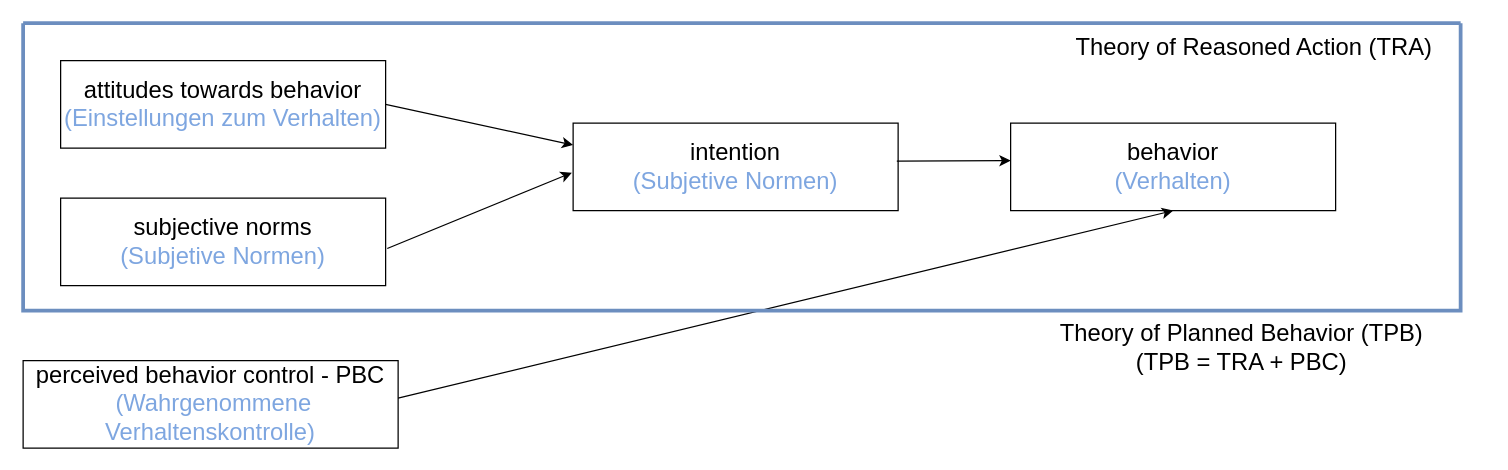
Before: TRA/TPB.drawio in Brouny09/Web_Programming, a draw.io diagram. Source tidied: cells renumbered, new cells numbered last; positions are measured from the earlier drawing's top-left corner, leaving out a move shared by most shapes. Both pictures are drawn from the tidied source at 125%, with x=0, y=0 at pixel (22, 22).
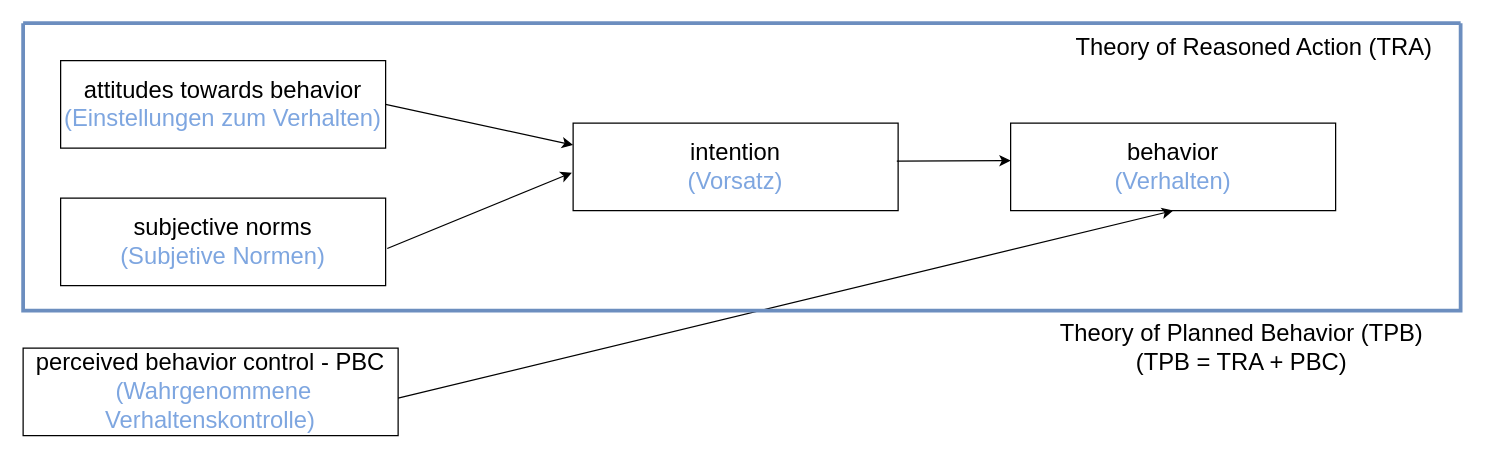
After the change.

Commit message (it also covers changes not shown here):
TRA/TPB.drawio aktualisiert

Diff of the diagram source:
```diff
@@
 <mxGraphModel>
   <root>
     <mxCell id="0" />
     <mxCell id="1" parent="0" />
     <mxCell id="2" value="&lt;div&gt;&lt;font style=&quot;font-size: 19px;&quot;&gt;attitudes towards behavior&lt;/font&gt;&lt;/div&gt;&lt;div&gt;&lt;span style=&quot;color: rgb(126, 166, 224);&quot;&gt;&lt;font style=&quot;font-size: 19px;&quot;&gt;(Einstellungen zum Verhalten)&lt;/font&gt;&lt;/span&gt;&lt;br&gt;&lt;/div&gt;" style="rounded=0;whiteSpace=wrap;html=1;" parent="1" vertex="1">
       <mxGeometry x="30" y="30" width="260" height="70" as="geometry" />
     </mxCell>
     <mxCell id="3" value="&lt;div&gt;&lt;font style=&quot;font-size: 19px;&quot;&gt;subjective norms&lt;/font&gt;&lt;/div&gt;&lt;div&gt;&lt;font style=&quot;font-size: 19px;&quot;&gt;&lt;span style=&quot;color: rgb(126, 166, 224);&quot;&gt;(Subjetive Normen&lt;/span&gt;&lt;span style=&quot;color: rgb(126, 166, 224);&quot;&gt;)&lt;/span&gt;&lt;/font&gt;&lt;/div&gt;" style="rounded=0;whiteSpace=wrap;html=1;" parent="1" vertex="1">
       <mxGeometry x="30" y="140" width="260" height="70" as="geometry" />
     </mxCell>
     <mxCell id="4" value="&lt;div&gt;&lt;span style=&quot;color: rgb(0, 0, 0);&quot;&gt;&lt;font style=&quot;font-size: 19px;&quot;&gt;perceived behavior control - PBC&lt;/font&gt;&lt;/span&gt;&lt;/div&gt;&lt;div&gt;&lt;font style=&quot;font-size: 19px;&quot;&gt;&lt;span style=&quot;color: rgb(126, 166, 224);&quot;&gt;&amp;nbsp;&lt;/span&gt;&lt;span style=&quot;color: rgb(126, 166, 224);&quot;&gt;(Wahrgenommene Verhaltenskontrolle&lt;/span&gt;&lt;span style=&quot;color: rgb(126, 166, 224);&quot;&gt;)&lt;/span&gt;&lt;/font&gt;&lt;br&gt;&lt;/div&gt;" style="rounded=0;whiteSpace=wrap;html=1;" parent="1" vertex="1">
-      <mxGeometry y="270" width="300" height="70" as="geometry" />
+      <mxGeometry y="260" width="300" height="70" as="geometry" />
     </mxCell>
-    <mxCell id="5" value="&lt;div&gt;&lt;font style=&quot;font-size: 19px;&quot;&gt;intention&lt;/font&gt;&lt;/div&gt;&lt;div&gt;&lt;font style=&quot;font-size: 19px;&quot;&gt;&lt;span style=&quot;color: rgb(126, 166, 224);&quot;&gt;(Subjetive Normen&lt;/span&gt;&lt;span style=&quot;color: rgb(126, 166, 224);&quot;&gt;)&lt;/span&gt;&lt;/font&gt;&lt;br&gt;&lt;/div&gt;" style="rounded=0;whiteSpace=wrap;html=1;" parent="1" vertex="1">
+    <mxCell id="5" value="&lt;div&gt;&lt;font style=&quot;font-size: 19px;&quot;&gt;intention&lt;/font&gt;&lt;/div&gt;&lt;div&gt;&lt;font style=&quot;font-size: 19px;&quot;&gt;&lt;span style=&quot;color: rgb(126, 166, 224);&quot;&gt;(Vorsatz&lt;/span&gt;&lt;span style=&quot;color: rgb(126, 166, 224);&quot;&gt;)&lt;/span&gt;&lt;/font&gt;&lt;br&gt;&lt;/div&gt;" style="rounded=0;whiteSpace=wrap;html=1;" parent="1" vertex="1">
       <mxGeometry x="440" y="80" width="260" height="70" as="geometry" />
     </mxCell>
     <mxCell id="6" value="&lt;div&gt;&lt;span style=&quot;color: rgb(0, 0, 0);&quot;&gt;&lt;font style=&quot;font-size: 19px;&quot;&gt;behavior&lt;/font&gt;&lt;/span&gt;&lt;/div&gt;&lt;div&gt;&lt;font style=&quot;font-size: 19px;&quot;&gt;&lt;span style=&quot;color: rgb(126, 166, 224);&quot;&gt;(Verhalten&lt;/span&gt;&lt;span style=&quot;color: rgb(126, 166, 224);&quot;&gt;)&lt;/span&gt;&lt;/font&gt;&lt;br&gt;&lt;/div&gt;" style="rounded=0;whiteSpace=wrap;html=1;" parent="1" vertex="1">
       <mxGeometry x="790" y="80" width="260" height="70" as="geometry" />
     </mxCell>
     <mxCell id="7" style="endArrow=classic;html=1;rounded=0;exitX=1;exitY=0.5;exitDx=0;exitDy=0;entryX=0;entryY=0.25;entryDx=0;entryDy=0;" parent="1" edge="1" source="2" target="5">
       <mxGeometry relative="1" as="geometry" />
     </mxCell>
     <mxCell id="8" style="endArrow=classic;html=1;rounded=0;exitX=1.005;exitY=0.576;exitDx=0;exitDy=0;exitPerimeter=0;entryX=-0.004;entryY=0.567;entryDx=0;entryDy=0;entryPerimeter=0;" parent="1" edge="1" source="3" target="5">
       <mxGeometry relative="1" as="geometry" />
     </mxCell>
     <mxCell id="9" style="endArrow=classic;html=1;rounded=0;entryX=0.5;entryY=1;entryDx=0;entryDy=0;" parent="1" edge="1" target="6">
       <mxGeometry relative="1" as="geometry">
         <mxPoint x="300" y="300" as="sourcePoint" />
       </mxGeometry>
     </mxCell>
     <mxCell id="10" style="endArrow=classic;html=1;rounded=0;exitX=0.996;exitY=0.433;exitDx=0;exitDy=0;exitPerimeter=0;" parent="1" edge="1" source="5">
       <mxGeometry relative="1" as="geometry">
         <mxPoint x="790" y="110" as="targetPoint" />
       </mxGeometry>
     </mxCell>
     <mxCell id="11" style="swimlane;startSize=0;fillColor=#dae8fc;strokeColor=#6C8EBF;strokeWidth=3;" parent="1" vertex="1">
       <mxGeometry width="1150" height="230" as="geometry" />
     </mxCell>
     <mxCell id="12" value="&lt;font style=&quot;font-size: 19px;&quot;&gt;Theory of Reasoned Action (TRA)&lt;/font&gt;" style="text;html=1;align=center;verticalAlign=middle;whiteSpace=wrap;rounded=0;" parent="11" vertex="1">
       <mxGeometry x="800" y="10" width="370" height="20" as="geometry" />
     </mxCell>
     <mxCell id="13" value="&lt;font style=&quot;font-size: 19px;&quot;&gt;Theory of Planned Behavior (TPB)&lt;/font&gt;&lt;div&gt;&lt;font style=&quot;font-size: 19px;&quot;&gt;(TPB = TRA + PBC)&lt;/font&gt;&lt;/div&gt;" style="text;html=1;align=center;verticalAlign=middle;whiteSpace=wrap;rounded=0;" parent="1" vertex="1">
       <mxGeometry x="790" y="250" width="370" height="20" as="geometry" />
     </mxCell>
   </root>
 </mxGraphModel>
```
